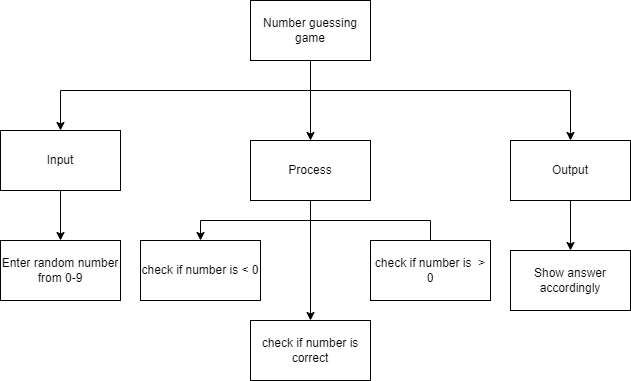
The draw.io diagram design.png in Huzaifa-Khalid-2/ICS3U-Unit4-05-Python, before a commit. Source tidied: cells renumbered, new cells last; positions are measured from the earlier drawing's top-left corner, leaving out a move shared by most shapes.
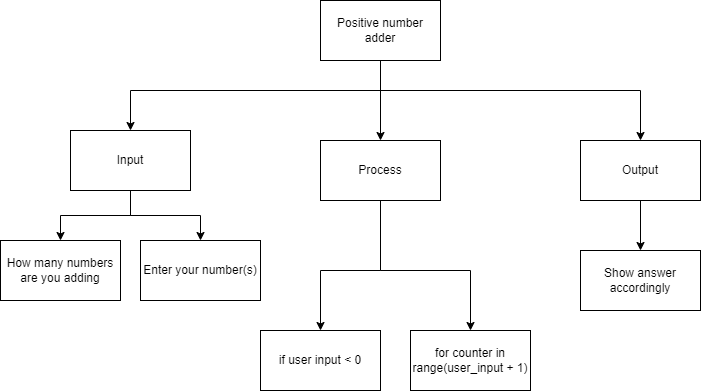
After the commit.

Commit message:
top_down

The edit, as a diff of the source:
```diff
@@ -23,44 +23,42 @@
         </Array>
       </mxGeometry>
     </mxCell>
-    <mxCell id="5" value="Number guessing game" style="rounded=0;whiteSpace=wrap;html=1;" parent="1" vertex="1">
+    <mxCell id="5" value="Positive number adder" style="rounded=0;whiteSpace=wrap;html=1;" parent="1" vertex="1">
       <mxGeometry x="250" width="120" height="60" as="geometry" />
     </mxCell>
     <mxCell id="6" style="edgeStyle=orthogonalEdgeStyle;rounded=0;html=1;" parent="1" edge="1" source="7" target="8">
       <mxGeometry relative="1" as="geometry" />
     </mxCell>
+    <mxCell id="19" style="edgeStyle=orthogonalEdgeStyle;html=1;entryX=0.5;entryY=0;entryDx=0;entryDy=0;rounded=0;" parent="1" edge="1" source="7" target="20">
+      <mxGeometry relative="1" as="geometry" />
+    </mxCell>
     <mxCell id="7" value="Input" style="rounded=0;whiteSpace=wrap;html=1;" parent="1" vertex="1">
       <mxGeometry y="130" width="120" height="60" as="geometry" />
     </mxCell>
-    <mxCell id="8" value="Enter random number from 0-9" style="rounded=0;whiteSpace=wrap;html=1;" parent="1" vertex="1">
-      <mxGeometry y="240" width="120" height="60" as="geometry" />
+    <mxCell id="8" value="How many numbers are you adding" style="rounded=0;whiteSpace=wrap;html=1;" parent="1" vertex="1">
+      <mxGeometry x="-70" y="240" width="120" height="60" as="geometry" />
     </mxCell>
-    <mxCell id="9" style="edgeStyle=orthogonalEdgeStyle;rounded=0;html=1;entryX=0.5;entryY=0;entryDx=0;entryDy=0;" parent="1" edge="1" source="12" target="13">
-      <mxGeometry relative="1" as="geometry" />
-    </mxCell>
-    <mxCell id="10" style="edgeStyle=orthogonalEdgeStyle;rounded=0;html=1;" parent="1" edge="1" source="12">
+    <mxCell id="10" style="edgeStyle=orthogonalEdgeStyle;rounded=0;html=1;entryX=0.5;entryY=0;entryDx=0;entryDy=0;" parent="1" edge="1" source="12" target="21">
       <mxGeometry relative="1" as="geometry">
-        <mxPoint x="430" y="250" as="targetPoint" />
         <Array as="points">
-          <mxPoint x="310" y="220" />
-          <mxPoint x="430" y="220" />
+          <mxPoint x="310" y="270" />
+          <mxPoint x="400" y="270" />
         </Array>
       </mxGeometry>
     </mxCell>
     <mxCell id="11" style="edgeStyle=orthogonalEdgeStyle;rounded=0;html=1;entryX=0.5;entryY=0;entryDx=0;entryDy=0;" parent="1" edge="1" source="12" target="15">
-      <mxGeometry relative="1" as="geometry" />
+      <mxGeometry relative="1" as="geometry">
+        <Array as="points">
+          <mxPoint x="310" y="270" />
+          <mxPoint x="250" y="270" />
+        </Array>
+      </mxGeometry>
     </mxCell>
     <mxCell id="12" value="Process" style="rounded=0;whiteSpace=wrap;html=1;" parent="1" vertex="1">
       <mxGeometry x="250" y="140" width="120" height="60" as="geometry" />
     </mxCell>
-    <mxCell id="13" value="check if number is &amp;lt; 0" style="rounded=0;whiteSpace=wrap;html=1;" parent="1" vertex="1">
-      <mxGeometry x="140" y="240" width="120" height="60" as="geometry" />
-    </mxCell>
-    <mxCell id="14" value="check if number is&amp;nbsp; &amp;gt;&lt;br&gt;0" style="rounded=0;whiteSpace=wrap;html=1;" parent="1" vertex="1">
-      <mxGeometry x="370" y="240" width="120" height="60" as="geometry" />
-    </mxCell>
-    <mxCell id="15" value="check if number is correct" style="rounded=0;whiteSpace=wrap;html=1;" parent="1" vertex="1">
-      <mxGeometry x="250" y="320" width="120" height="60" as="geometry" />
+    <mxCell id="15" value="if user input &amp;lt; 0" style="rounded=0;whiteSpace=wrap;html=1;" parent="1" vertex="1">
+      <mxGeometry x="190" y="330" width="120" height="60" as="geometry" />
     </mxCell>
     <mxCell id="16" style="edgeStyle=orthogonalEdgeStyle;rounded=0;html=1;" parent="1" edge="1" source="17">
       <mxGeometry relative="1" as="geometry">
@@ -73,5 +71,11 @@
     <mxCell id="18" value="Show answer accordingly" style="rounded=0;whiteSpace=wrap;html=1;" parent="1" vertex="1">
       <mxGeometry x="510" y="250" width="120" height="60" as="geometry" />
     </mxCell>
+    <mxCell id="20" value="Enter your number(s)" style="rounded=0;whiteSpace=wrap;html=1;" parent="1" vertex="1">
+      <mxGeometry x="70" y="240" width="120" height="60" as="geometry" />
+    </mxCell>
+    <mxCell id="21" value="for counter in range(user_input + 1)" style="rounded=0;whiteSpace=wrap;html=1;" parent="1" vertex="1">
+      <mxGeometry x="340" y="330" width="120" height="60" as="geometry" />
+    </mxCell>
   </root>
 </mxGraphModel>
```
